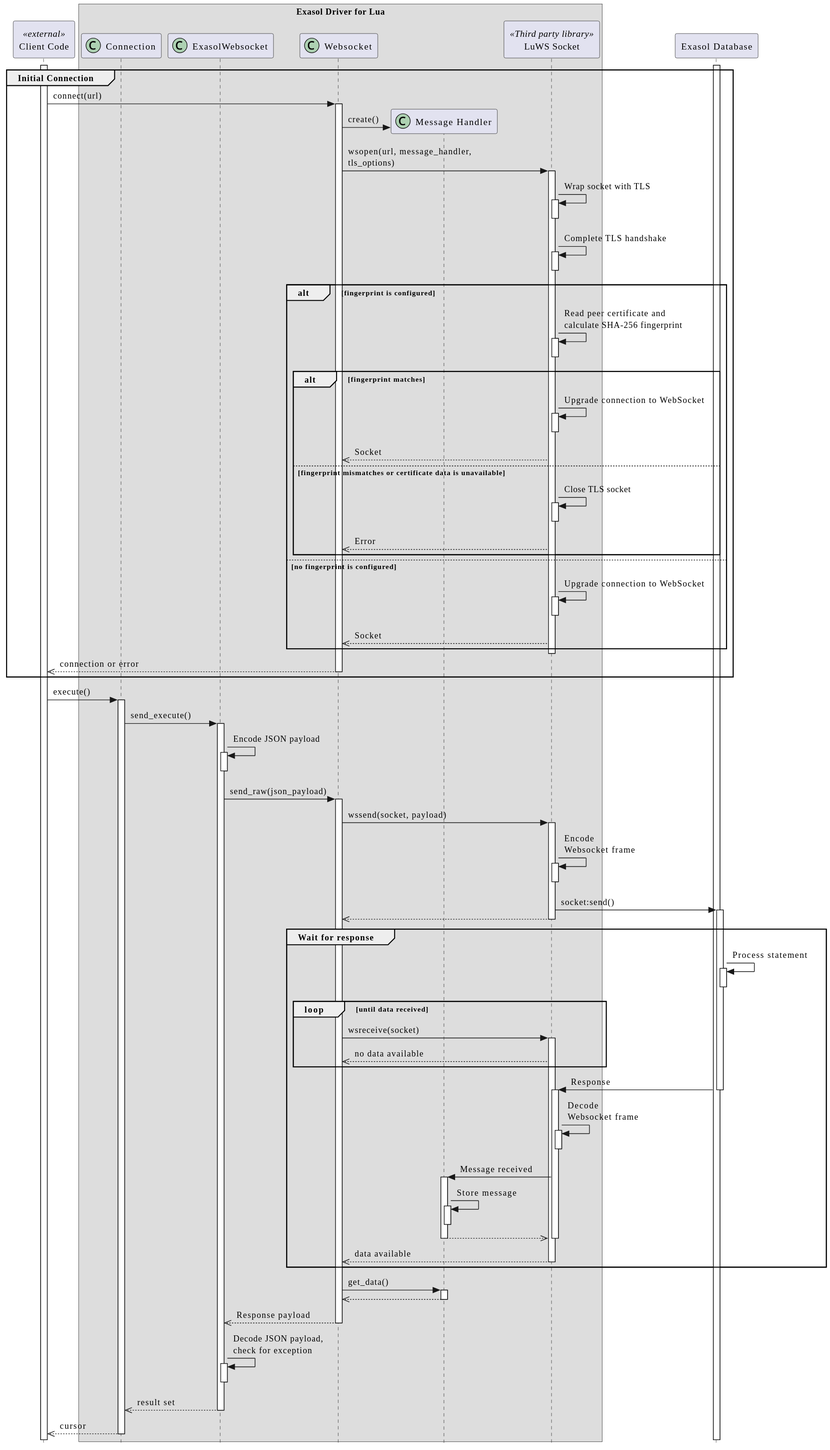
Earlier version of the PlantUML export doc/images/generated/seq_websocket_request_response.svg (exasol/exasol-driver-lua).
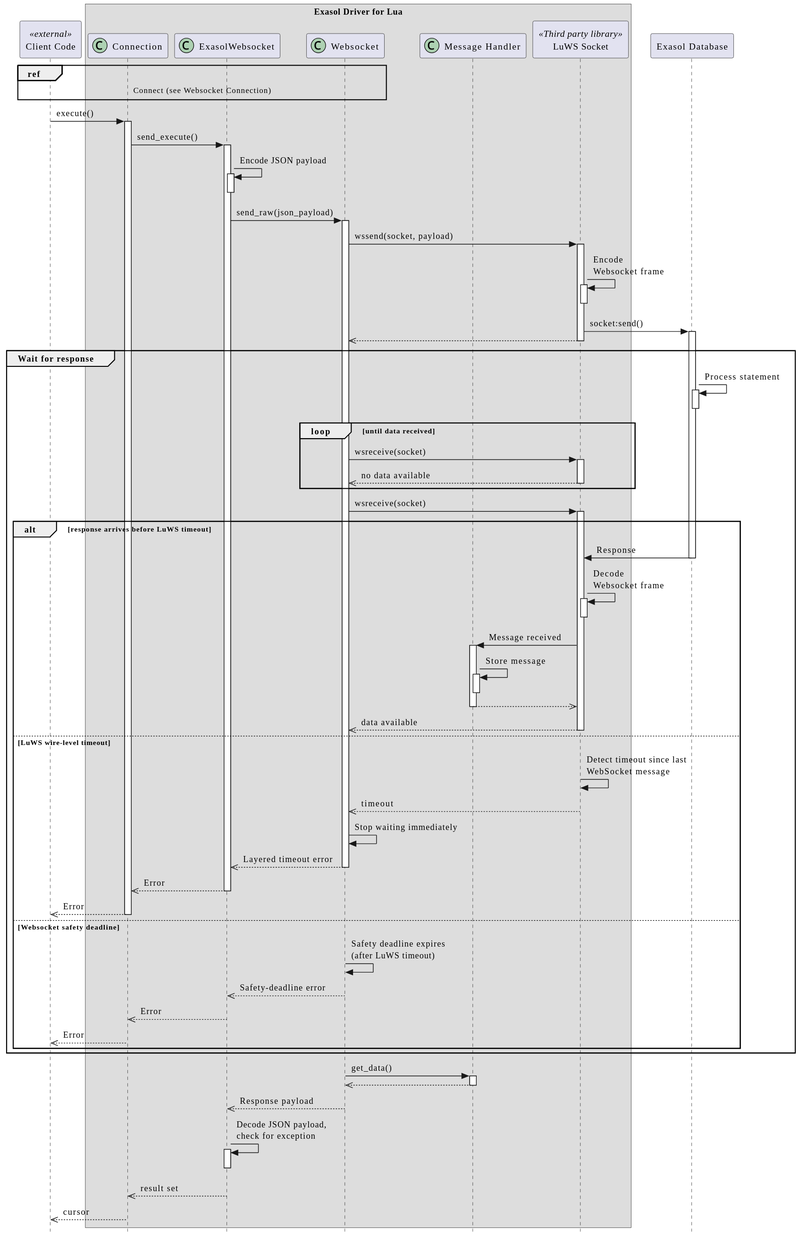
After the commit.

Commit message:
#97: Increased WebSocket timeout to 10 seconds using wall clock. Improved diagnostics.

The edit, as a diff of the source:
```diff
@@ -11,47 +11,9 @@
 end box
 participant "Exasol Database" as db
 
-activate client
-activate db
-
-group Initial Connection
-    client -> ws : connect(url)
-    activate ws
-    create msghandler
-    ws -> msghandler : create()
-    ws -> luws : wsopen(url, message_handler,\ntls_options)
-    activate luws
-    luws -> luws : Wrap socket with TLS
-    activate luws
-    deactivate luws
-    luws -> luws : Complete TLS handshake
-    activate luws
-    deactivate luws
-    alt fingerprint is configured
-        luws -> luws : Read peer certificate and\ncalculate SHA-256 fingerprint
-        activate luws
-        deactivate luws
-        alt fingerprint matches
-            luws -> luws : Upgrade connection to WebSocket
-            activate luws
-            deactivate luws
-            luws -->> ws : Socket
-        else fingerprint mismatches or certificate data is unavailable
-            luws -> luws : Close TLS socket
-            activate luws
-            deactivate luws
-            luws -->> ws : Error
-        end
-    else no fingerprint is configured
-        luws -> luws : Upgrade connection to WebSocket
-        activate luws
-        deactivate luws
-        luws -->> ws : Socket
-    end
-    deactivate luws
-    ws -->> client : connection or error
-    deactivate ws
-end
+ref over client, ws
+    Connect (see Websocket Connection)
+end ref
 
 client -> conn : execute()
 activate conn
@@ -79,24 +41,46 @@
         ws -> luws : wsreceive(socket)
         activate luws
         luws -->> ws : no data available
+        deactivate luws
     end
-    db -> luws: Response
-    deactivate db
+    ws -> luws : wsreceive(socket)
     activate luws
-    deactivate luws
-    luws -> luws : Decode\nWebsocket frame
-    activate luws
-    deactivate luws
-    luws -> msghandler : Message received
-    activate msghandler
-    msghandler -> msghandler : Store message
-    activate msghandler
-    deactivate msghandler
-    msghandler -->> luws
-    deactivate msghandler
-    deactivate luws
-    luws -->> ws : data available
-    deactivate luws
+    alt response arrives before LuWS timeout
+        db -> luws: Response
+        deactivate db
+        luws -> luws : Decode\nWebsocket frame
+        activate luws
+        deactivate luws
+        luws -> msghandler : Message received
+        activate msghandler
+        msghandler -> msghandler : Store message
+        activate msghandler
+        deactivate msghandler
+        msghandler -->> luws
+        deactivate msghandler
+        luws -->> ws : data available
+        deactivate luws
+    else LuWS wire-level timeout
+        luws -> luws : Detect timeout since last\nWebSocket message
+        luws -->> ws : timeout
+        deactivate luws
+        ws -> ws : Stop waiting immediately
+        ws -->> exaws : Layered timeout error
+        deactivate ws
+        exaws -->> conn : Error
+        deactivate exaws
+        conn -->> client : Error
+        deactivate conn
+    else Websocket safety deadline
+        deactivate luws
+        ws -> ws : Safety deadline expires\n(after LuWS timeout)
+        ws -->> exaws : Safety-deadline error
+        deactivate ws
+        exaws -->> conn : Error
+        deactivate exaws
+        conn -->> client : Error
+        deactivate conn
+    end
 end
 
 ws -> msghandler : get_data()
```
